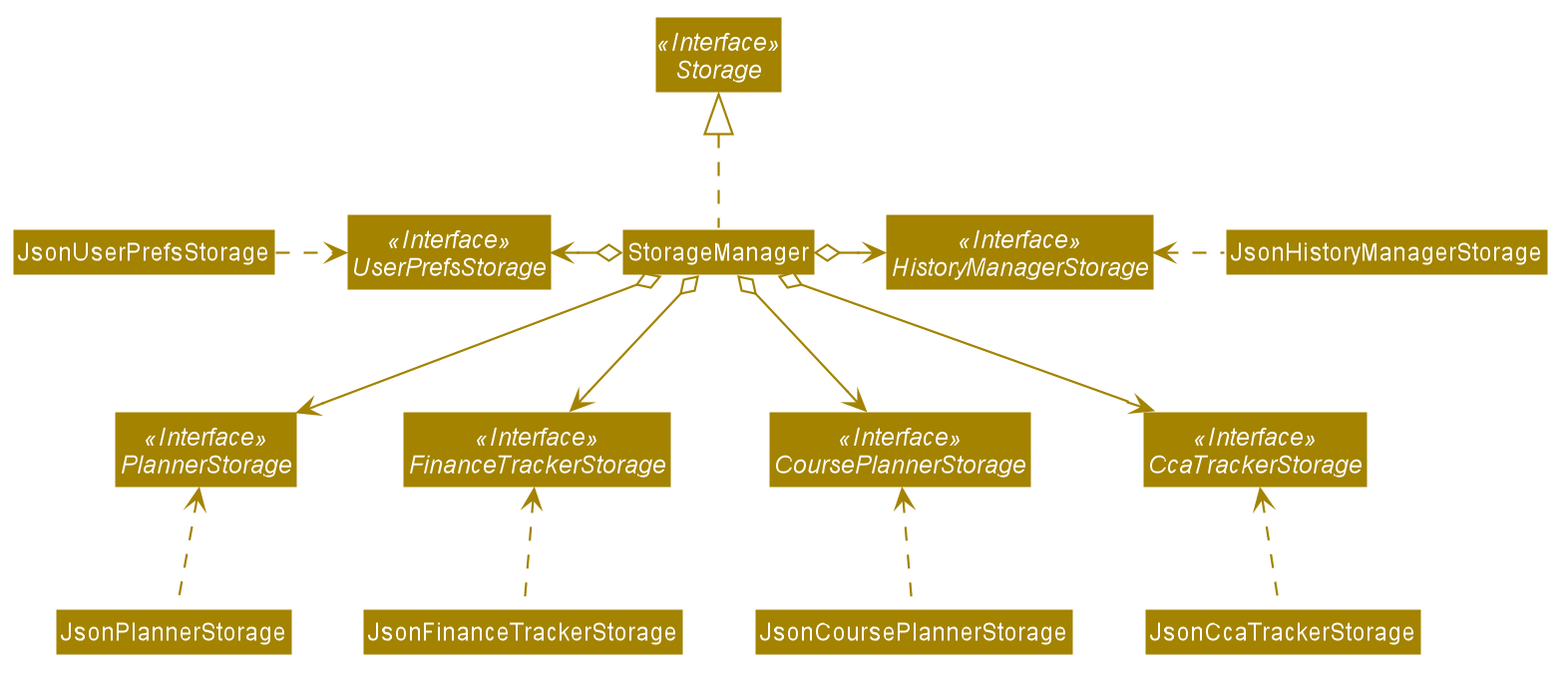
Before: docs/images/storage/UpdatedStorageClassDiagram.png, a diagram exported from PlantUML (nus-cs2103-AY1920S1/addressbook-level3). Its diagram source:
```plantuml
@startuml








skinparam BackgroundColor #FFFFFFF

skinparam Shadowing false

skinparam Class {
    FontColor #FFFFFF
    BorderThickness 1
    BorderColor #FFFFFF
    StereotypeFontColor #FFFFFF
    FontName Arial
}

skinparam Actor {
    BorderColor #000000
    Color #000000
    FontName Arial
}

skinparam Sequence {
    MessageAlign center
    BoxFontSize 15
    BoxPadding 0
    BoxFontColor #FFFFFF
    FontName Arial
}

skinparam Participant {
    FontColor #FFFFFFF
    Padding 20
}

skinparam MinClassWidth 50
skinparam ParticipantPadding 10
skinparam Shadowing false
skinparam DefaultTextAlignment center
skinparam packageStyle Rectangle

hide footbox
hide members
hide circle
skinparam arrowThickness 1.1
skinparam arrowColor #A38300
skinparam classBackgroundColor #A38300

Interface Storage <<Interface>>
Interface UserPrefsStorage <<Interface>>
Interface HistoryManagerStorage <<Interface>>
Interface CcaTrackerStorage <<Interface>>
Interface CoursePlannerStorage <<Interface>>
Interface FinanceTrackerStorage <<Interface>>
Interface PlannerStorage <<Interface>>

Class StorageManager
Class JsonUserPrefsStorage
Class JsonHistoryManagerStorage
Class JsonCcaTrackerStorage
Class JsonCoursePlannerStorage
Class JsonFinanceTrackerStorage
Class JsonPlannerStorage

StorageManager .up.|> Storage

StorageManager o-left-> UserPrefsStorage
StorageManager o-right-> HistoryManagerStorage
StorageManager o-down-> CcaTrackerStorage
StorageManager o-down-> CoursePlannerStorage
StorageManager o-down-> FinanceTrackerStorage
StorageManager o-down-> PlannerStorage

JsonUserPrefsStorage .right.> UserPrefsStorage
JsonHistoryManagerStorage .left.> HistoryManagerStorage
JsonCcaTrackerStorage .up.> CcaTrackerStorage
JsonCoursePlannerStorage .up.> CoursePlannerStorage
JsonFinanceTrackerStorage .up.> FinanceTrackerStorage
JsonPlannerStorage .up.> PlannerStorage

@enduml
```
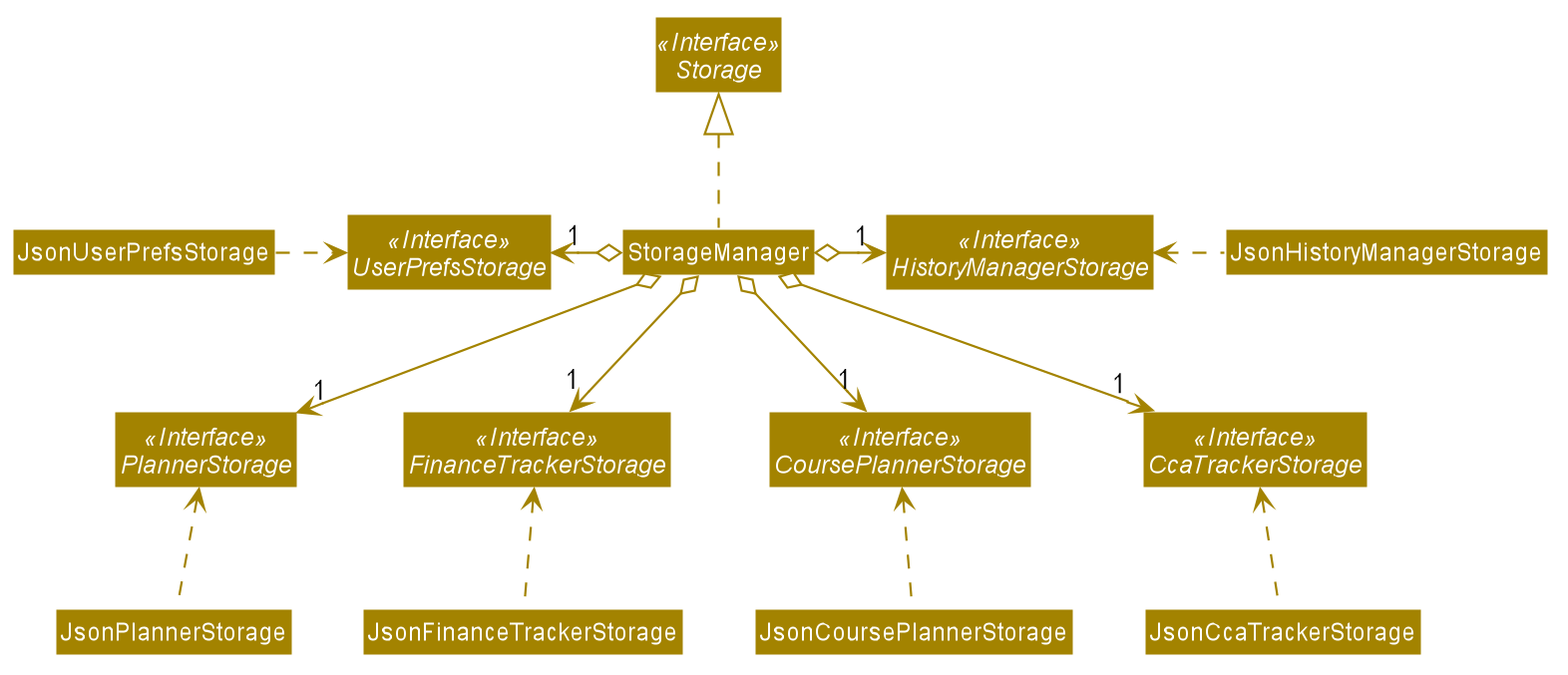
After the commit.

What changed in the source:
```diff
@@ -69,12 +69,12 @@
 
 StorageManager .up.|> Storage
 
-StorageManager o-left-> UserPrefsStorage
-StorageManager o-right-> HistoryManagerStorage
-StorageManager o-down-> CcaTrackerStorage
-StorageManager o-down-> CoursePlannerStorage
-StorageManager o-down-> FinanceTrackerStorage
-StorageManager o-down-> PlannerStorage
+StorageManager o-left-> "1" UserPrefsStorage
+StorageManager o-right-> "1" HistoryManagerStorage
+StorageManager o-down-> "1" CcaTrackerStorage
+StorageManager o-down-> "1" CoursePlannerStorage
+StorageManager o-down-> "1" FinanceTrackerStorage
+StorageManager o-down-> "1" PlannerStorage
 
 JsonUserPrefsStorage .right.> UserPrefsStorage
 JsonHistoryManagerStorage .left.> HistoryManagerStorage
```
